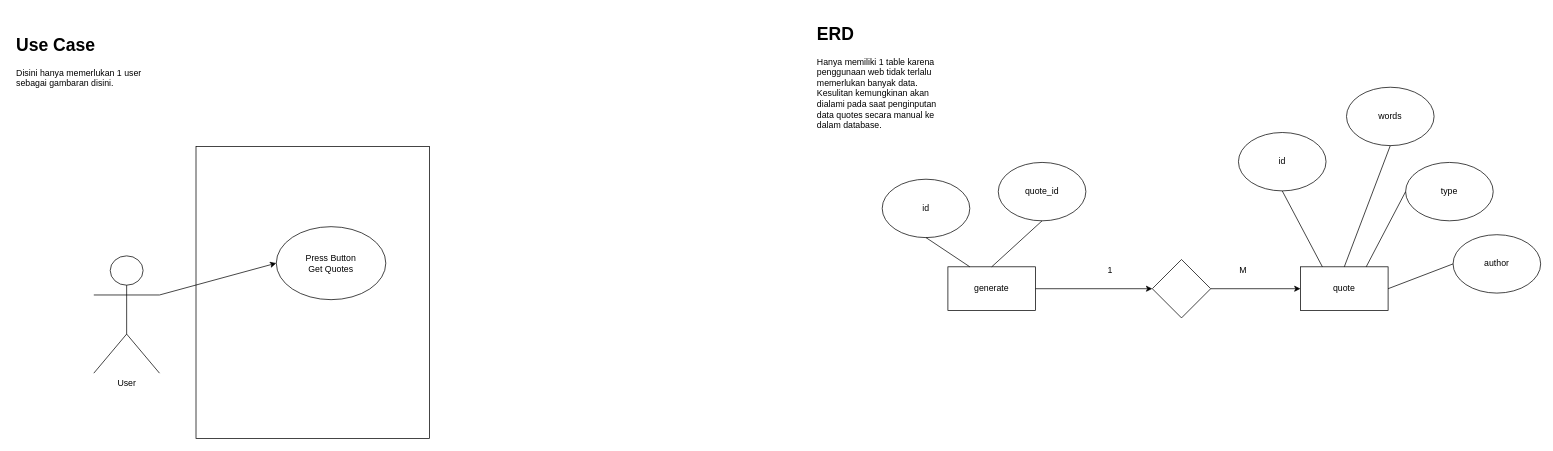
Above: public/uml.drawio in Nura21/quotes-generator (draw.io), before the change. Source tidied: cells renumbered, new cells numbered last; positions are measured from the earlier drawing's top-left corner, leaving out a move shared by most shapes. Both pictures are drawn from the tidied source at 73%, with x=0, y=0 at pixel (12, 20).
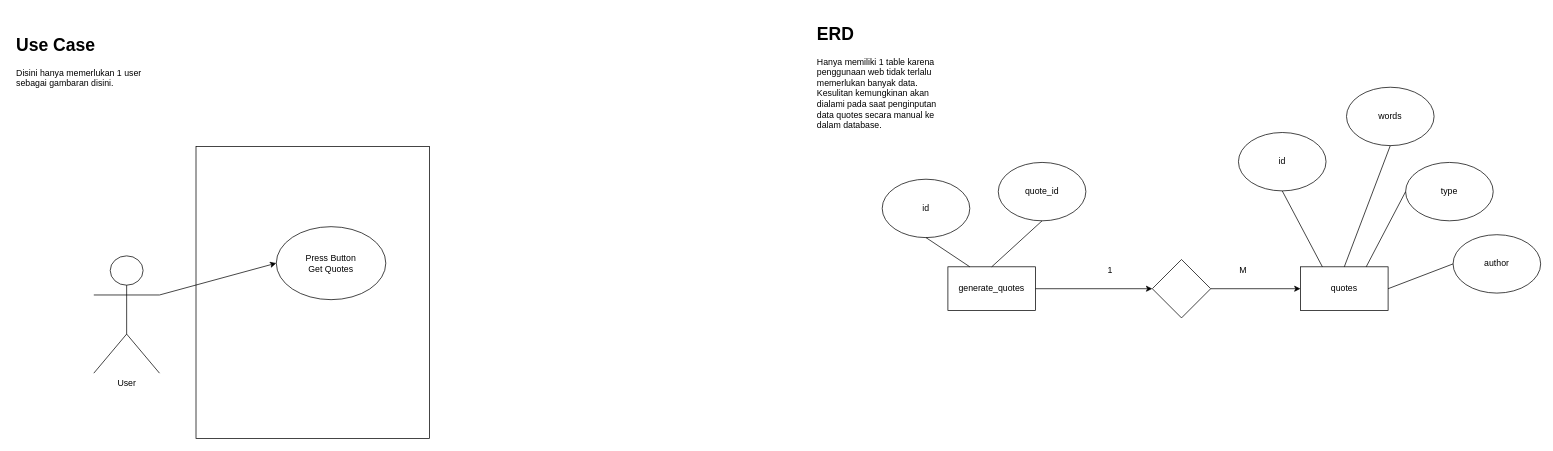
The same diagram, later.

What changed in the source:
```diff
@@
-    <mxCell id="7" value="quote" style="rounded=0;whiteSpace=wrap;html=1;" parent="1" vertex="1">
+    <mxCell id="7" value="quotes" style="rounded=0;whiteSpace=wrap;html=1;" parent="1" vertex="1">
       <mxGeometry x="1764" y="338" width="120" height="60" as="geometry" />
     </mxCell>
@@
-    <mxCell id="17" value="generate" style="rounded=0;whiteSpace=wrap;html=1;" parent="1" vertex="1">
+    <mxCell id="17" value="generate_quotes" style="rounded=0;whiteSpace=wrap;html=1;" parent="1" vertex="1">
       <mxGeometry x="1281" y="338" width="120" height="60" as="geometry" />
     </mxCell>
```
